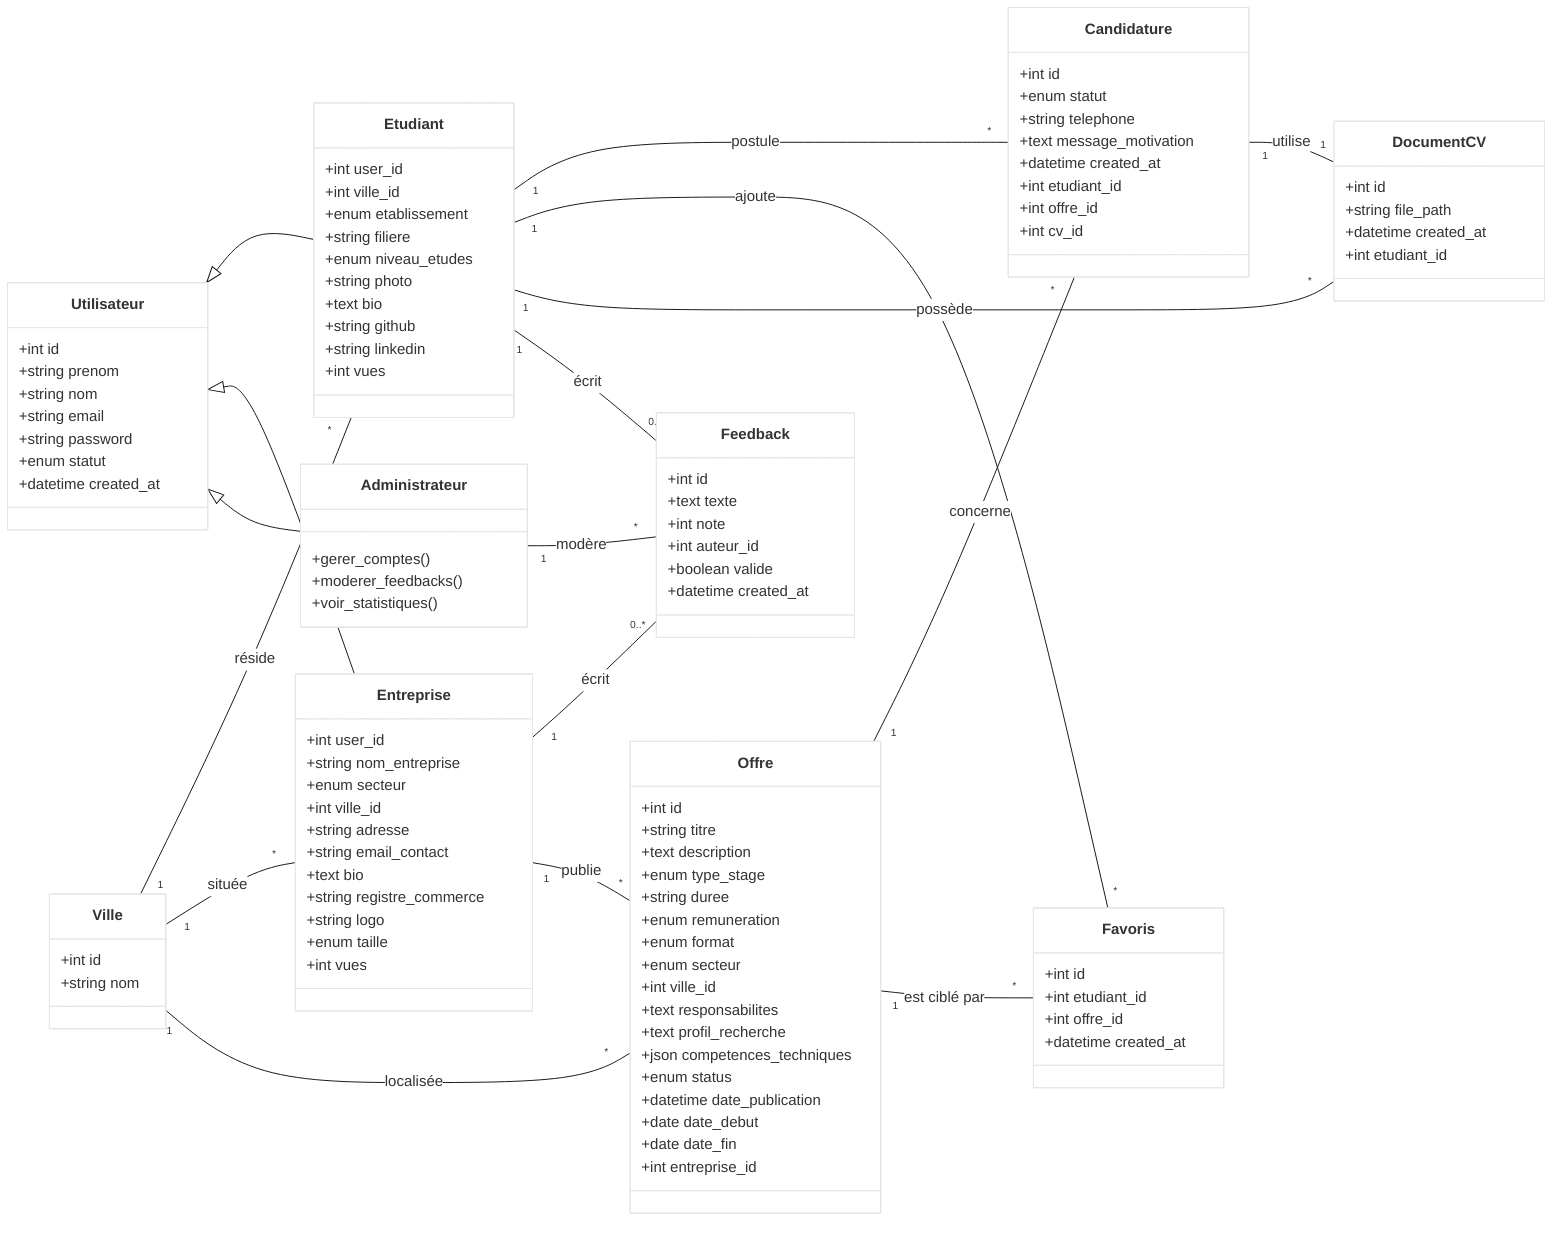
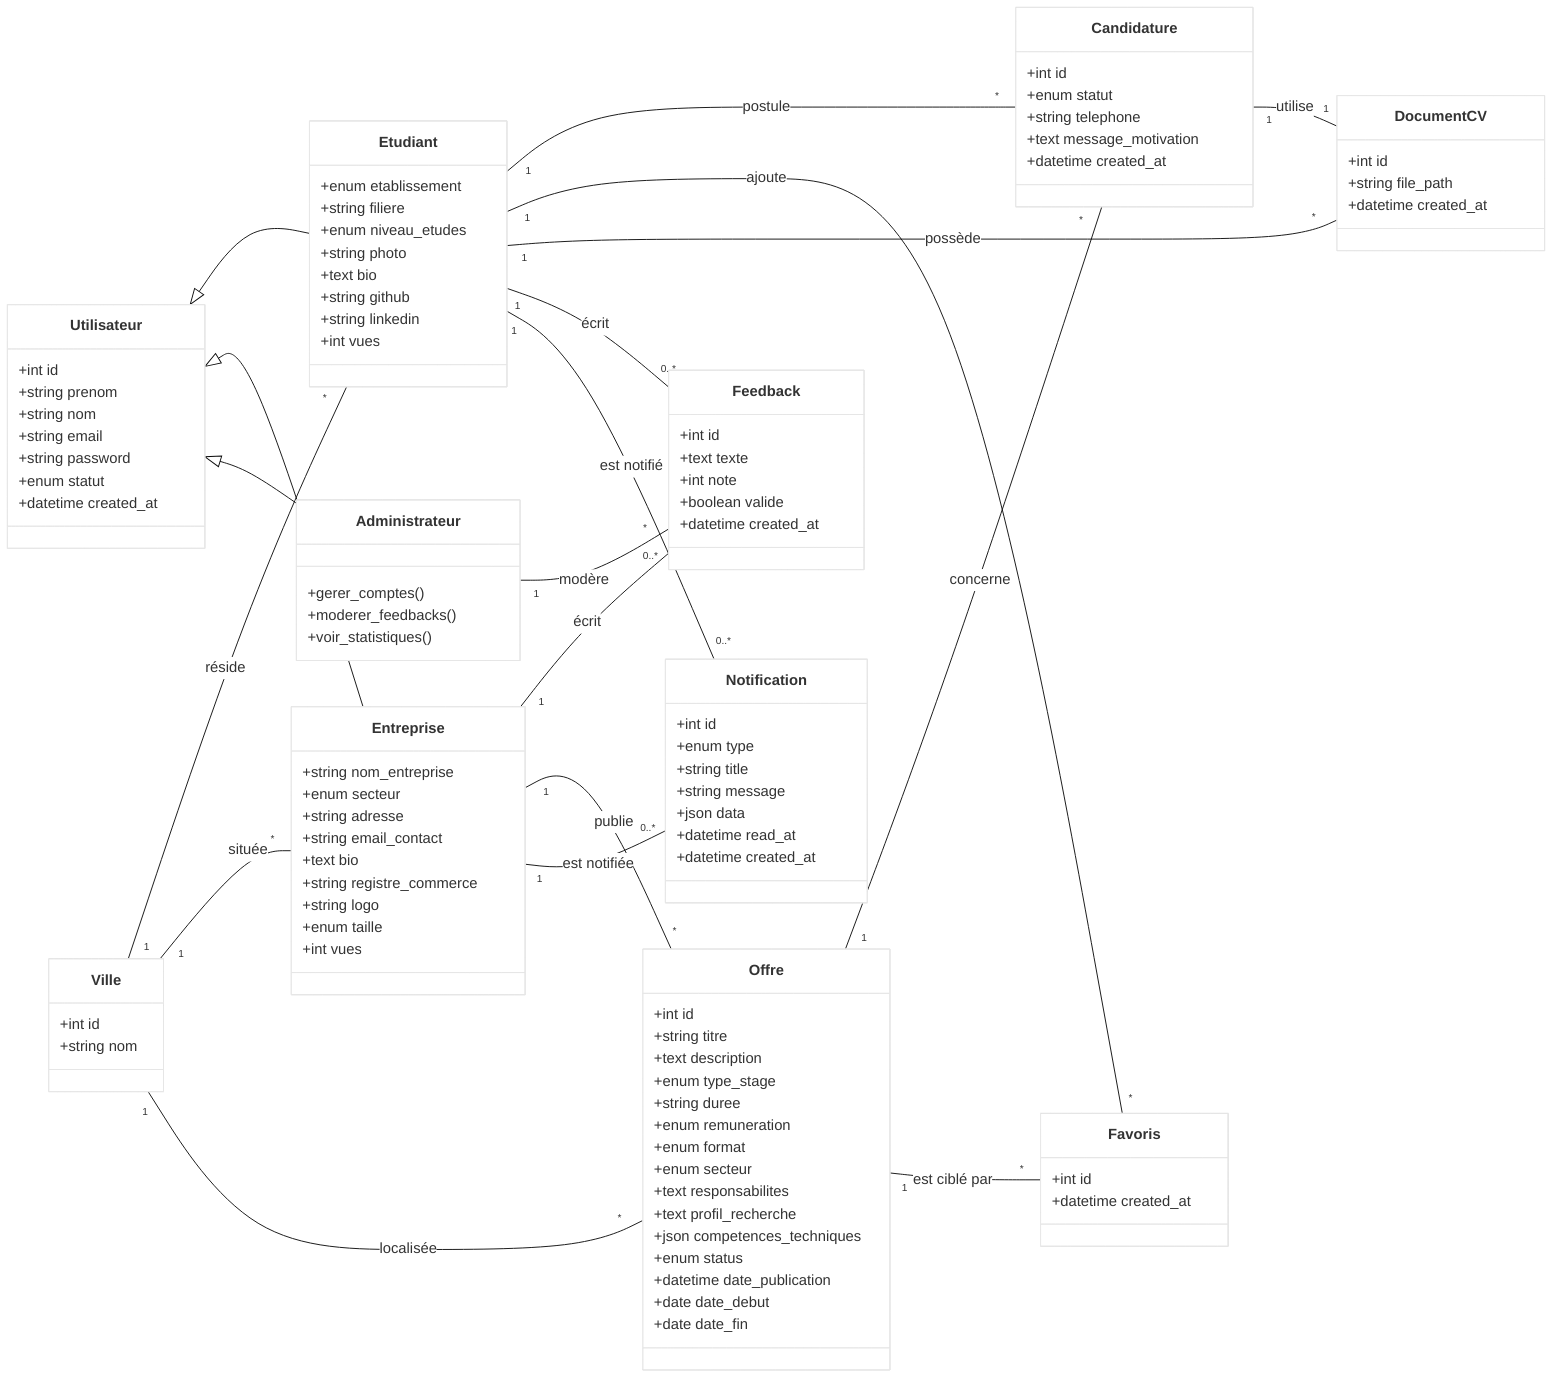
%%{init: {'theme': 'base', 'themeVariables': { 'primaryColor': '#ffffff', 'edgeLabelBackground':'#ffffff', 'tertiaryColor': '#ffffff'}}}%%
classDiagram
    direction LR

    %% ====================
    %% Classes de base (Utilisateurs)
    %% ====================
    class Utilisateur {
        +int id
        +string prenom
        +string nom
        +string email
        +string password
        +enum statut
        +datetime created_at
    }

    class Etudiant {
-         +int user_id
-         +int ville_id
        +enum etablissement
        +string filiere
        +enum niveau_etudes
        +string photo
        +text bio
        +string github
        +string linkedin
        +int vues
    }

    class Entreprise {
-         +int user_id
        +string nom_entreprise
        +enum secteur
-         +int ville_id
        +string adresse
        +string email_contact
        +text bio
        +string registre_commerce
        +string logo
        +enum taille
        +int vues
    }

    class Administrateur {
        +gerer_comptes()
        +moderer_feedbacks()
        +voir_statistiques()
    }

    %% ====================
    %% Entités Métier
    %% ====================
    class Offre {
        +int id
        +string titre
        +text description
        +enum type_stage
        +string duree
        +enum remuneration
        +enum format
        +enum secteur
-         +int ville_id
        +text responsabilites
        +text profil_recherche
        +json competences_techniques
        +enum status
        +datetime date_publication
        +date date_debut
        +date date_fin
-         +int entreprise_id
    }

    class Candidature {
        +int id
        +enum statut
        +string telephone
        +text message_motivation
        +datetime created_at
-         +int etudiant_id
-         +int offre_id
-         +int cv_id
    }

    class DocumentCV {
        +int id
        +string file_path
        +datetime created_at
-         +int etudiant_id
    }

    class Feedback {
        +int id
        +text texte
        +int note
-         +int auteur_id
        +boolean valide
        +datetime created_at
    }

    class Favoris {
        +int id
-         +int etudiant_id
-         +int offre_id
        +datetime created_at
    }

    class Ville {
        +int id
        +string nom
+     }
+ 
+     class Notification {
+         +int id
+         +enum type
+         +string title
+         +string message
+         +json data
+         +datetime read_at
+         +datetime created_at
    }

    %% ====================
    %% Héritage (Logique)
    %% ====================
    Utilisateur <|-- Etudiant
    Utilisateur <|-- Entreprise
    Utilisateur <|-- Administrateur

    %% ====================
    %% Relations & Cardinalités
    %% ====================

    Ville "1" -- "*" Etudiant : réside
    Ville "1" -- "*" Entreprise : située
    Ville "1" -- "*" Offre : localisée

    Etudiant "1" -- "*" Candidature : postule
    Etudiant "1" -- "*" Favoris : ajoute
    Etudiant "1" -- "*" DocumentCV : possède
    Etudiant "1" -- "0..*" Feedback : écrit

    Entreprise "1" -- "0..*" Feedback : écrit
    Entreprise "1" -- "*" Offre : publie

    Offre "1" -- "*" Candidature : concerne
    Offre "1" -- "*" Favoris : est ciblé par

    Administrateur "1" -- "*" Feedback : modère

    Candidature "1" -- "1" DocumentCV : utilise
+ 
+     Etudiant "1" -- "0..*" Notification : est notifié
+     Entreprise "1" -- "0..*" Notification : est notifiée
